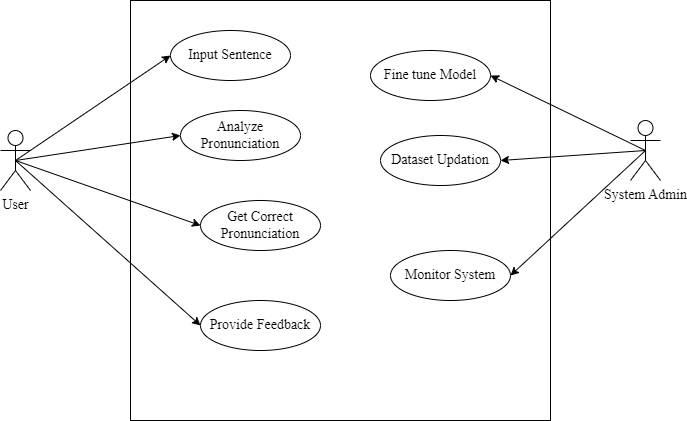
The draw.io diagram .AMDUseCaseDiagram.png in JoshiPrabin/Diagrams, before a commit. Source tidied: cells renumbered, new cells last; positions are measured from the earlier drawing's top-left corner, leaving out a move shared by most shapes.
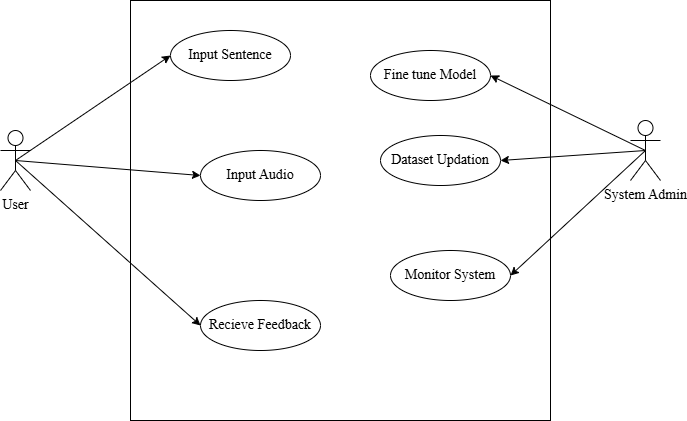
Later version of the same file.

Change to the diagram source:
```diff
@@ -14,12 +14,9 @@
     <mxCell id="5" value="&lt;font style=&quot;font-size: 14px;&quot; face=&quot;Times New Roman&quot;&gt;Input Sentence&lt;/font&gt;" style="ellipse;whiteSpace=wrap;html=1;" parent="1" vertex="1">
       <mxGeometry x="170" y="30" width="120" height="50" as="geometry" />
     </mxCell>
-    <mxCell id="6" value="&lt;font face=&quot;Times New Roman&quot;&gt;&lt;span style=&quot;font-size: 14px;&quot;&gt;Analyze Pronunciation&lt;/span&gt;&lt;/font&gt;" style="ellipse;whiteSpace=wrap;html=1;" parent="1" vertex="1">
-      <mxGeometry x="180" y="110" width="120" height="50" as="geometry" />
+    <mxCell id="6" value="&lt;font face=&quot;Times New Roman&quot;&gt;&lt;span style=&quot;font-size: 14px;&quot;&gt;Input Audio&lt;/span&gt;&lt;/font&gt;" style="ellipse;whiteSpace=wrap;html=1;" parent="1" vertex="1">
+      <mxGeometry x="200" y="150" width="120" height="50" as="geometry" />
     </mxCell>
-    <mxCell id="7" value="&lt;font face=&quot;Times New Roman&quot;&gt;&lt;span style=&quot;font-size: 14px;&quot;&gt;Get Correct Pronunciation&lt;/span&gt;&lt;/font&gt;" style="ellipse;whiteSpace=wrap;html=1;" parent="1" vertex="1">
-      <mxGeometry x="200" y="200" width="120" height="50" as="geometry" />
-    </mxCell>
     <mxCell id="8" value="&lt;font style=&quot;font-size: 14px;&quot; face=&quot;Times New Roman&quot;&gt;Fine tune Model&lt;/font&gt;" style="ellipse;whiteSpace=wrap;html=1;" parent="1" vertex="1">
       <mxGeometry x="370" y="50" width="120" height="50" as="geometry" />
     </mxCell>
@@ -29,7 +26,7 @@
     <mxCell id="10" value="&lt;font face=&quot;Times New Roman&quot;&gt;&lt;span style=&quot;font-size: 14px;&quot;&gt;Monitor System&lt;/span&gt;&lt;/font&gt;" style="ellipse;whiteSpace=wrap;html=1;" parent="1" vertex="1">
       <mxGeometry x="390" y="250" width="120" height="50" as="geometry" />
     </mxCell>
-    <mxCell id="11" value="&lt;font face=&quot;Times New Roman&quot;&gt;&lt;span style=&quot;font-size: 14px;&quot;&gt;Provide Feedback&lt;/span&gt;&lt;/font&gt;" style="ellipse;whiteSpace=wrap;html=1;" parent="1" vertex="1">
+    <mxCell id="11" value="&lt;font face=&quot;Times New Roman&quot;&gt;&lt;span style=&quot;font-size: 14px;&quot;&gt;Recieve&amp;nbsp;&lt;/span&gt;&lt;/font&gt;&lt;span style=&quot;font-size: 14px; font-family: &amp;quot;Times New Roman&amp;quot;; background-color: transparent; color: light-dark(rgb(0, 0, 0), rgb(255, 255, 255));&quot;&gt;Feedback&lt;/span&gt;" style="ellipse;whiteSpace=wrap;html=1;" parent="1" vertex="1">
       <mxGeometry x="200" y="300" width="120" height="50" as="geometry" />
     </mxCell>
     <mxCell id="12" style="endArrow=classic;html=1;rounded=0;exitX=0.5;exitY=0.5;exitDx=0;exitDy=0;exitPerimeter=0;entryX=0;entryY=0.5;entryDx=0;entryDy=0;" parent="1" edge="1" source="3" target="5">
@@ -38,9 +35,6 @@
     <mxCell id="13" style="endArrow=classic;html=1;rounded=0;exitX=0.5;exitY=0.5;exitDx=0;exitDy=0;exitPerimeter=0;entryX=0;entryY=0.5;entryDx=0;entryDy=0;" parent="1" edge="1" source="3" target="6">
       <mxGeometry relative="1" as="geometry" />
     </mxCell>
-    <mxCell id="14" style="endArrow=classic;html=1;rounded=0;exitX=0.5;exitY=0.5;exitDx=0;exitDy=0;exitPerimeter=0;entryX=0;entryY=0.5;entryDx=0;entryDy=0;" parent="1" edge="1" source="3" target="7">
-      <mxGeometry relative="1" as="geometry" />
-    </mxCell>
     <mxCell id="15" style="endArrow=classic;html=1;rounded=0;entryX=0;entryY=0.5;entryDx=0;entryDy=0;exitX=0.5;exitY=0.5;exitDx=0;exitDy=0;exitPerimeter=0;" parent="1" edge="1" source="3" target="11">
       <mxGeometry relative="1" as="geometry" />
     </mxCell>
```
